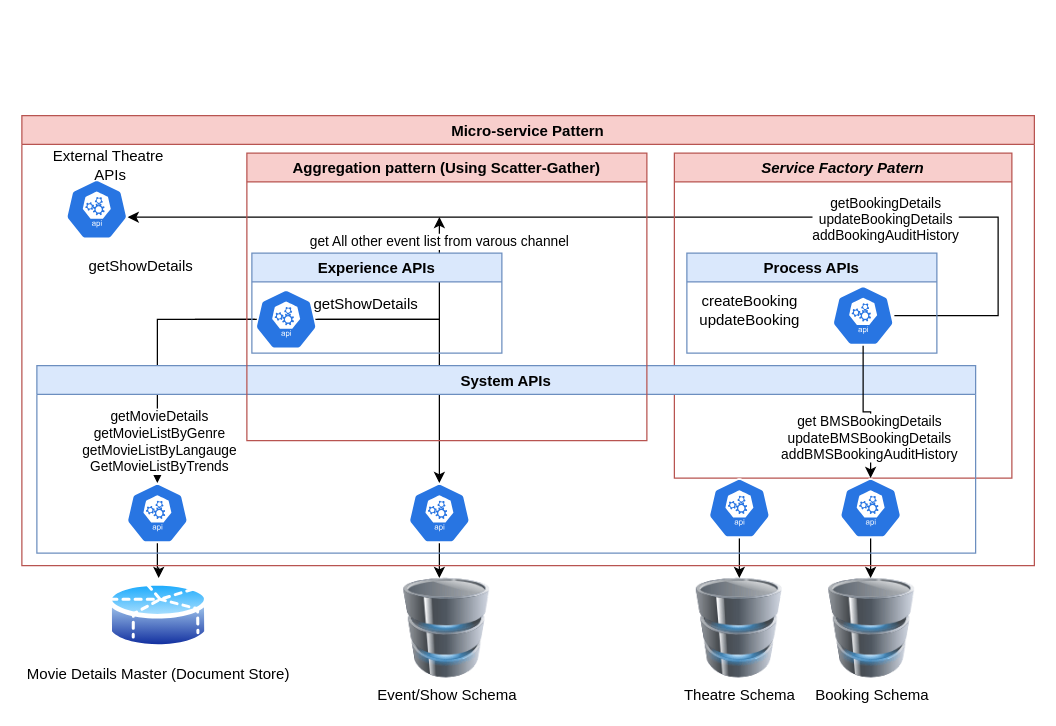
Above: LLD_BMS.drawio in RaviSingh123-arch/bookMyShow_sapient (draw.io), before the change. Source tidied: cells renumbered, new cells numbered last; positions are measured from the earlier drawing's top-left corner, leaving out a move shared by most shapes. Both pictures are drawn from the tidied source at 125%, with x=0, y=0 at pixel (21, 115).
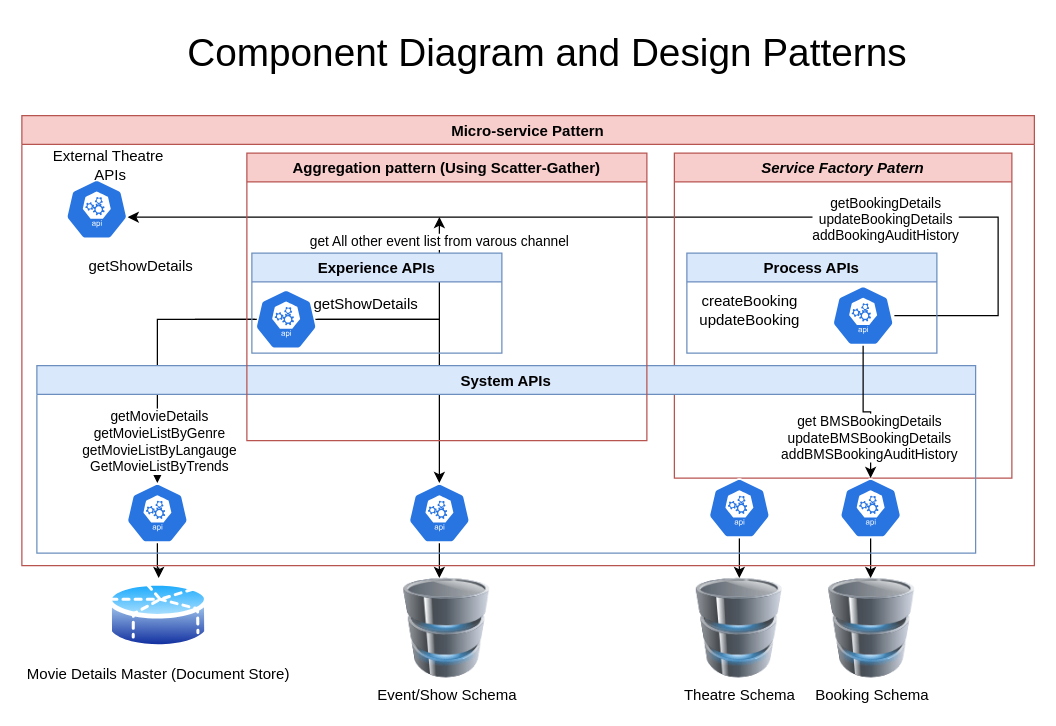
After the change.

Diff of the diagram source:
```diff
@@
+    <mxCell id="33" value="Component Diagram and Design Patterns" style="text;html=1;align=center;verticalAlign=middle;strokeColor=none;fillColor=none;fontSize=31;" parent="1" vertex="1">
+      <mxGeometry x="120" y="-75" width="600" height="50" as="geometry" />
+    </mxCell>
```
